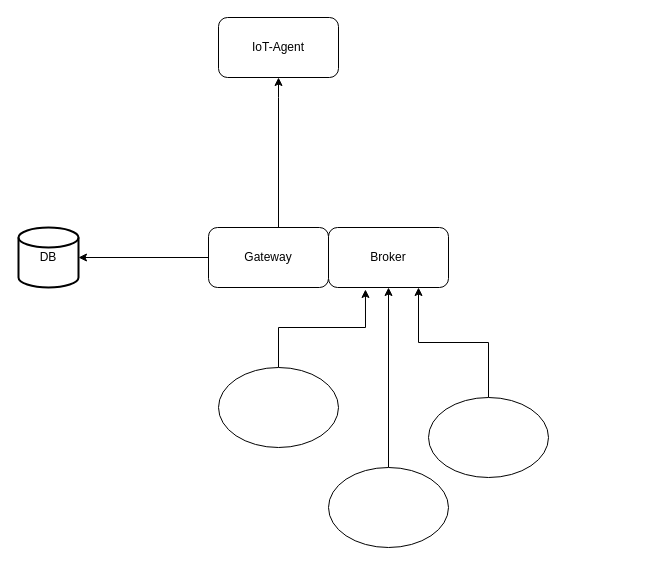
The draw.io diagram Untitled Diagram.drawio in temavasilev/bachelor-iot, before the edit. Source tidied: cells renumbered, new cells numbered last; positions are measured from the earlier drawing's top-left corner, leaving out a move shared by most shapes. Both pictures are drawn from the tidied source at 100%, with x=0, y=0 at pixel (18, 17).
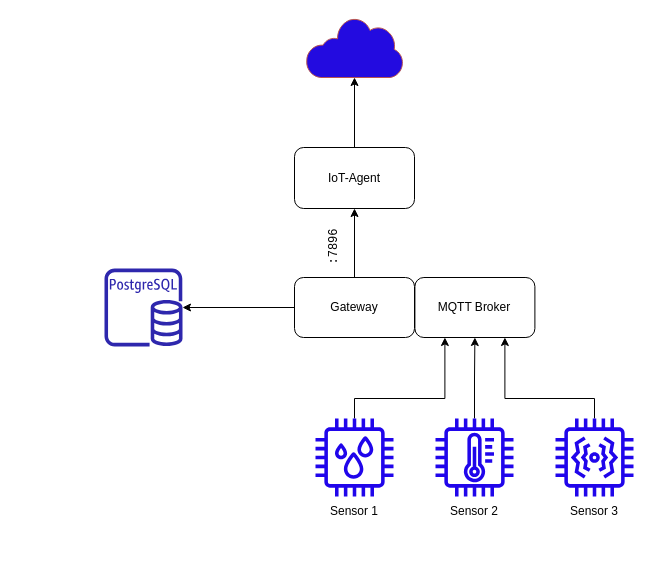
The same diagram, later.

Change to the diagram source:
```diff
@@
+    <mxCell id="15" style="edgeStyle=orthogonalEdgeStyle;rounded=0;jettySize=auto;html=1;entryX=0.25;entryY=1;entryDx=0;entryDy=0;" parent="1" edge="1" source="16" target="24">
+      <mxGeometry relative="1" as="geometry">
+        <Array as="points">
+          <mxPoint x="336" y="381" />
+          <mxPoint x="426" y="381" />
+        </Array>
+      </mxGeometry>
+    </mxCell>
+    <mxCell id="16" style="sketch=0;outlineConnect=0;fontColor=#232F3E;gradientColor=none;fillColor=#2005eb;strokeColor=none;dashed=0;verticalLabelPosition=bottom;verticalAlign=top;align=center;html=1;fontSize=12;fontStyle=0;shape=mxgraph.aws4.iot_thing_humidity_sensor;" parent="1" vertex="1">
+      <mxGeometry x="297" y="401" width="78" height="78" as="geometry" />
+    </mxCell>
+    <mxCell id="17" style="edgeStyle=orthogonalEdgeStyle;rounded=0;jettySize=auto;html=1;entryX=0.5;entryY=1;entryDx=0;entryDy=0;" parent="1" edge="1" source="18" target="24">
+      <mxGeometry relative="1" as="geometry" />
+    </mxCell>
+    <mxCell id="18" style="sketch=0;outlineConnect=0;fontColor=#232F3E;gradientColor=none;fillColor=#2005eb;strokeColor=none;dashed=0;verticalLabelPosition=bottom;verticalAlign=top;align=center;html=1;fontSize=12;fontStyle=0;shape=mxgraph.aws4.iot_thing_temperature_sensor;" parent="1" vertex="1">
+      <mxGeometry x="417" y="401" width="78" height="78" as="geometry" />
+    </mxCell>
+    <mxCell id="19" style="edgeStyle=orthogonalEdgeStyle;rounded=0;jettySize=auto;html=1;entryX=0.75;entryY=1;entryDx=0;entryDy=0;" parent="1" edge="1" source="20" target="24">
+      <mxGeometry relative="1" as="geometry">
+        <Array as="points">
+          <mxPoint x="576" y="381" />
+          <mxPoint x="486" y="381" />
+        </Array>
+      </mxGeometry>
+    </mxCell>
+    <mxCell id="20" style="sketch=0;outlineConnect=0;fillColor=#2005eb;strokeColor=#A50040;dashed=0;verticalLabelPosition=bottom;verticalAlign=top;align=center;html=1;fontSize=12;fontStyle=0;shape=mxgraph.aws4.iot_thing_vibration_sensor;fontColor=#ffffff;" parent="1" vertex="1">
+      <mxGeometry x="537" y="401" width="78" height="78" as="geometry" />
+    </mxCell>
+    <mxCell id="21" value="Sensor 1" style="text;html=1;strokeColor=none;fillColor=none;align=center;verticalAlign=middle;whiteSpace=wrap;rounded=0;fontFamily=Helvetica;" parent="1" vertex="1">
+      <mxGeometry x="306" y="479" width="60" height="30" as="geometry" />
+    </mxCell>
+    <mxCell id="22" value="Sensor 2" style="text;html=1;strokeColor=none;fillColor=none;align=center;verticalAlign=middle;whiteSpace=wrap;rounded=0;" parent="1" vertex="1">
+      <mxGeometry x="426" y="479" width="60" height="30" as="geometry" />
+    </mxCell>
+    <mxCell id="23" value="Sensor 3" style="text;html=1;strokeColor=none;fillColor=none;align=center;verticalAlign=middle;whiteSpace=wrap;rounded=0;" parent="1" vertex="1">
+      <mxGeometry x="546" y="479" width="60" height="30" as="geometry" />
+    </mxCell>
+    <mxCell id="24" value="MQTT Broker" style="rounded=1;whiteSpace=wrap;html=1;" parent="1" vertex="1">
+      <mxGeometry x="396.4" y="260" width="120" height="60" as="geometry" />
+    </mxCell>
+    <mxCell id="25" style="edgeStyle=orthogonalEdgeStyle;rounded=0;jettySize=auto;html=1;" parent="1" edge="1" source="6" target="26">
+      <mxGeometry relative="1" as="geometry" />
+    </mxCell>
+    <mxCell id="6" value="IoT-Agent" style="rounded=1;whiteSpace=wrap;html=1;" parent="1" vertex="1">
+      <mxGeometry x="276" y="130" width="120" height="61" as="geometry" />
+    </mxCell>
+    <mxCell id="26" style="sketch=0;shadow=0;dashed=0;html=1;strokeColor=#b85450;labelPosition=center;verticalLabelPosition=bottom;verticalAlign=top;align=center;fillColor=#230be0;shape=mxgraph.mscae.enterprise.internet;labelBackgroundColor=none;" parent="1" vertex="1">
+      <mxGeometry x="287.6" width="96.8" height="60" as="geometry" />
+    </mxCell>
-    <mxCell id="2" style="edgeStyle=orthogonalEdgeStyle;rounded=0;jettySize=auto;html=1;entryX=0.5;entryY=1;entryDx=0;entryDy=0;" parent="1" edge="1" source="4" target="6">
-      <mxGeometry relative="1" as="geometry">
-        <Array as="points">
-          <mxPoint x="260" y="80" />
-        </Array>
-      </mxGeometry>
+    <mxCell id="2" value="&lt;pre&gt;&lt;font style=&quot;font-size: 12px;&quot;&gt;:7896&lt;/font&gt;&lt;/pre&gt;" style="edgeStyle=orthogonalEdgeStyle;rounded=0;jettySize=auto;html=1;horizontal=0;" parent="1" edge="1" source="4" target="6">
+      <mxGeometry x="-0.13" y="20" relative="1" as="geometry" />
     </mxCell>
-    <mxCell id="3" style="edgeStyle=orthogonalEdgeStyle;rounded=0;jettySize=auto;html=1;entryX=1;entryY=0.5;entryDx=0;entryDy=0;entryPerimeter=0;" parent="1" edge="1" source="4" target="8">
-      <mxGeometry relative="1" as="geometry" />
-    </mxCell>
+    <mxCell id="27" style="edgeStyle=orthogonalEdgeStyle;rounded=0;jettySize=auto;html=1;" parent="1" edge="1" source="4" target="28">
+      <mxGeometry relative="1" as="geometry" />
+    </mxCell>
     <mxCell id="4" value="Gateway" style="rounded=1;whiteSpace=wrap;html=1;" parent="1" vertex="1">
-      <mxGeometry x="190" y="210" width="120" height="60" as="geometry" />
+      <mxGeometry x="276" y="260" width="120" height="60" as="geometry" />
     </mxCell>
-    <mxCell id="5" value="Broker" style="rounded=1;whiteSpace=wrap;html=1;" parent="1" vertex="1">
-      <mxGeometry x="310" y="210" width="120" height="60" as="geometry" />
-    </mxCell>
-    <mxCell id="6" value="IoT-Agent" style="rounded=1;whiteSpace=wrap;html=1;" parent="1" vertex="1">
-      <mxGeometry x="200" width="120" height="60" as="geometry" />
-    </mxCell>
-    <mxCell id="7" style="edgeStyle=orthogonalEdgeStyle;rounded=0;orthogonalLoop=1;jettySize=auto;html=1;exitX=0.5;exitY=1;exitDx=0;exitDy=0;" parent="1" edge="1" source="6" target="6">
-      <mxGeometry relative="1" as="geometry" />
-    </mxCell>
-    <mxCell id="8" value="DB" style="strokeWidth=2;html=1;shape=mxgraph.flowchart.database;whiteSpace=wrap;" parent="1" vertex="1">
-      <mxGeometry y="210" width="60" height="60" as="geometry" />
-    </mxCell>
-    <mxCell id="9" style="edgeStyle=orthogonalEdgeStyle;rounded=0;jettySize=auto;html=1;entryX=0.308;entryY=1.033;entryDx=0;entryDy=0;entryPerimeter=0;" parent="1" edge="1" source="10" target="5">
-      <mxGeometry relative="1" as="geometry" />
-    </mxCell>
-    <mxCell id="10" style="ellipse;whiteSpace=wrap;html=1;" parent="1" vertex="1">
-      <mxGeometry x="200" y="350" width="120" height="80" as="geometry" />
-    </mxCell>
-    <mxCell id="11" style="edgeStyle=orthogonalEdgeStyle;rounded=0;jettySize=auto;html=1;entryX=0.5;entryY=1;entryDx=0;entryDy=0;" parent="1" edge="1" source="12" target="5">
-      <mxGeometry relative="1" as="geometry" />
-    </mxCell>
-    <mxCell id="12" style="ellipse;whiteSpace=wrap;html=1;" parent="1" vertex="1">
-      <mxGeometry x="310" y="450" width="120" height="80" as="geometry" />
-    </mxCell>
-    <mxCell id="13" style="edgeStyle=orthogonalEdgeStyle;rounded=0;jettySize=auto;html=1;entryX=0.75;entryY=1;entryDx=0;entryDy=0;" parent="1" edge="1" source="14" target="5">
-      <mxGeometry relative="1" as="geometry" />
-    </mxCell>
-    <mxCell id="14" style="ellipse;whiteSpace=wrap;html=1;" parent="1" vertex="1">
-      <mxGeometry x="410" y="380" width="120" height="80" as="geometry" />
-    </mxCell>
+    <mxCell id="28" style="sketch=0;outlineConnect=0;fontColor=#232F3E;gradientColor=none;fillColor=#2E27AD;strokeColor=none;dashed=0;verticalLabelPosition=bottom;verticalAlign=top;align=center;html=1;fontSize=12;fontStyle=0;shape=mxgraph.aws4.rds_postgresql_instance;" parent="1" vertex="1">
+      <mxGeometry x="86" y="251" width="78" height="78" as="geometry" />
+    </mxCell>
```
